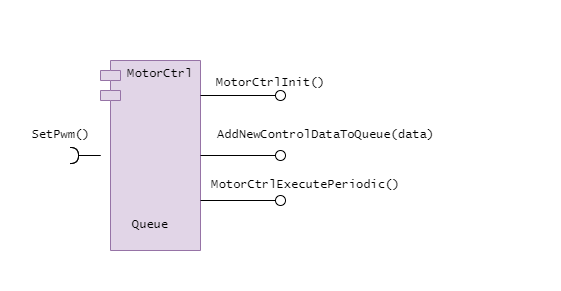
Before: docs/images/MotorCtrlArchitecture.drawio.png, a diagram exported from draw.io (inpgbburda/FlyMatic). Source tidied: cells renumbered, new cells last; positions are measured from the earlier drawing's top-left corner, leaving out a move shared by most shapes. Source of this version:
```xml
<mxGraphModel>
  <root>
    <mxCell id="0" />
    <mxCell id="1" parent="0" />
    <mxCell id="2" style="rounded=1;whiteSpace=wrap;html=1;fontFamily=Helvetica;fillColor=#FFFFFF;strokeColor=none;" parent="1" vertex="1">
      <mxGeometry width="450" height="290" as="geometry" />
    </mxCell>
    <mxCell id="3" value="MotorCtrl" style="shape=module;align=left;spacingLeft=20;align=center;verticalAlign=top;whiteSpace=wrap;html=1;hachureGap=4;fontFamily=Lucida Console;fillColor=#e1d5e7;strokeColor=#9673a6;" parent="1" vertex="1">
      <mxGeometry x="100" y="60" width="100" height="190" as="geometry" />
    </mxCell>
    <mxCell id="4" value="AddNewControlDataToQueue(data)" style="text;html=1;align=center;verticalAlign=middle;strokeColor=none;fillColor=none;fontFamily=Lucida Console;fontStyle=0;" parent="1" vertex="1">
      <mxGeometry x="205" y="120" width="240" height="30" as="geometry" />
    </mxCell>
    <mxCell id="5" style="rounded=0;orthogonalLoop=1;jettySize=auto;html=1;endArrow=oval;endFill=0;sourcePerimeterSpacing=0;targetPerimeterSpacing=0;endSize=10;hachureGap=4;fontFamily=Helvetica;" parent="1" edge="1">
      <mxGeometry relative="1" as="geometry">
        <mxPoint x="200" y="200" as="sourcePoint" />
        <mxPoint x="280" y="200" as="targetPoint" />
      </mxGeometry>
    </mxCell>
    <mxCell id="6" style="ellipse;whiteSpace=wrap;html=1;align=center;fillColor=none;strokeColor=none;perimeter=centerPerimeter;hachureGap=4;fontFamily=Helvetica;" parent="1" vertex="1">
      <mxGeometry x="275" y="90" width="10" height="10" as="geometry" />
    </mxCell>
    <mxCell id="7" value="MotorCtrlExecutePeriodic()" style="text;html=1;align=center;verticalAlign=middle;strokeColor=none;fillColor=none;fontFamily=Lucida Console;fontStyle=0;" parent="1" vertex="1">
      <mxGeometry x="200" y="170" width="210" height="30" as="geometry" />
    </mxCell>
    <mxCell id="8" style="ellipse;whiteSpace=wrap;html=1;align=center;fillColor=none;strokeColor=none;perimeter=centerPerimeter;hachureGap=4;fontFamily=Helvetica;" parent="1" vertex="1">
      <mxGeometry x="550" y="200" width="10" height="10" as="geometry" />
    </mxCell>
    <mxCell id="9" style="rounded=0;jettySize=auto;html=1;endArrow=oval;endFill=0;sourcePerimeterSpacing=0;targetPerimeterSpacing=0;endSize=10;hachureGap=4;fontFamily=Helvetica;" parent="1" edge="1" target="10">
      <mxGeometry relative="1" as="geometry">
        <mxPoint x="200" y="95" as="sourcePoint" />
      </mxGeometry>
    </mxCell>
    <mxCell id="10" style="ellipse;whiteSpace=wrap;html=1;align=center;fillColor=none;strokeColor=none;perimeter=centerPerimeter;points=[];outlineConnect=1;hachureGap=4;fontFamily=Helvetica;" parent="1" vertex="1">
      <mxGeometry x="275" y="90" width="10" height="10" as="geometry" />
    </mxCell>
    <mxCell id="11" value="MotorCtrlInit()&lt;br&gt;&lt;div&gt;&lt;br&gt;&lt;/div&gt;" style="text;html=1;align=center;verticalAlign=middle;strokeColor=none;fillColor=none;fontFamily=Lucida Console;fontStyle=0;" parent="1" vertex="1">
      <mxGeometry x="205" y="70" width="130" height="40" as="geometry" />
    </mxCell>
    <mxCell id="12" style="rounded=0;jettySize=auto;html=1;endArrow=none;endFill=0;sourcePerimeterSpacing=0;targetPerimeterSpacing=0;fontFamily=Helvetica;" parent="1" edge="1" source="3" target="13">
      <mxGeometry relative="1" as="geometry" />
    </mxCell>
    <mxCell id="13" style="ellipse;whiteSpace=wrap;html=1;align=center;points=[];outlineConnect=0;fontFamily=Helvetica;" parent="1" vertex="1">
      <mxGeometry x="275" y="150" width="10" height="10" as="geometry" />
    </mxCell>
    <mxCell id="14" style="rounded=0;jettySize=auto;html=1;endArrow=halfCircle;endFill=0;endSize=6;strokeWidth=1;fontFamily=Helvetica;" parent="1" edge="1" source="3">
      <mxGeometry relative="1" as="geometry">
        <mxPoint x="70" y="155" as="targetPoint" />
      </mxGeometry>
    </mxCell>
    <mxCell id="15" value="SetPwm()" style="text;html=1;align=center;verticalAlign=middle;strokeColor=none;fillColor=none;fontFamily=Lucida Console;fontStyle=0;" parent="1" vertex="1">
      <mxGeometry x="20" y="120" width="80" height="30" as="geometry" />
    </mxCell>
    <mxCell id="16" value="Queue" style="text;html=1;strokeColor=none;fillColor=none;align=center;verticalAlign=middle;whiteSpace=wrap;rounded=0;fontFamily=Lucida Console;" parent="1" vertex="1">
      <mxGeometry x="120" y="210" width="60" height="30" as="geometry" />
    </mxCell>
    <mxCell id="17" style="rounded=0;orthogonalLoop=1;jettySize=auto;html=1;endArrow=halfCircle;endFill=0;endSize=6;strokeWidth=1;fontFamily=Helvetica;" parent="1" edge="1">
      <mxGeometry relative="1" as="geometry">
        <mxPoint x="100" y="155" as="sourcePoint" />
        <mxPoint x="70" y="155" as="targetPoint" />
      </mxGeometry>
    </mxCell>
  </root>
</mxGraphModel>
```
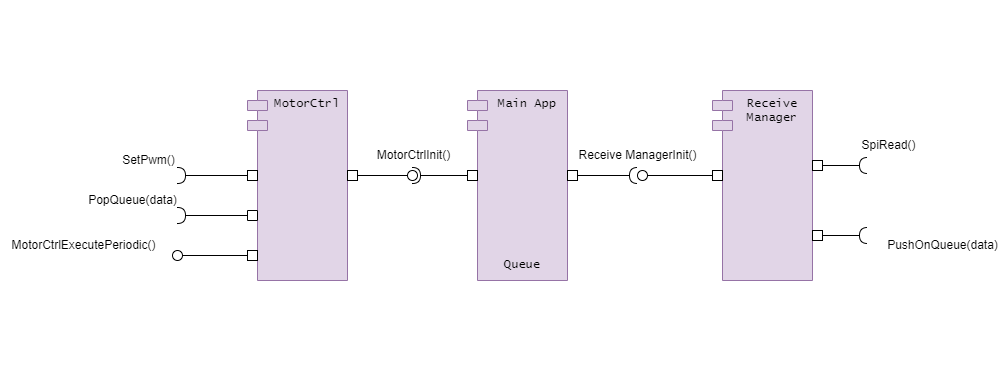
The same file after the commit.

Commit message:
Update architecture diagram

What changed in the source:
```diff
@@ -3,62 +3,119 @@
     <mxCell id="0" />
     <mxCell id="1" parent="0" />
     <mxCell id="2" style="rounded=1;whiteSpace=wrap;html=1;fontFamily=Helvetica;fillColor=#FFFFFF;strokeColor=none;" parent="1" vertex="1">
-      <mxGeometry width="450" height="290" as="geometry" />
+      <mxGeometry x="-265" y="-60" width="995" height="390" as="geometry" />
     </mxCell>
+    <mxCell id="18" value="Content" parent="0" />
+    <mxCell id="19" value="Receive ManagerInit()" style="text;html=1;align=center;verticalAlign=middle;strokeColor=none;fillColor=none;" parent="18" vertex="1">
+      <mxGeometry x="295" y="80" width="140" height="30" as="geometry" />
+    </mxCell>
-    <mxCell id="3" value="MotorCtrl" style="shape=module;align=left;spacingLeft=20;align=center;verticalAlign=top;whiteSpace=wrap;html=1;hachureGap=4;fontFamily=Lucida Console;fillColor=#e1d5e7;strokeColor=#9673a6;" parent="1" vertex="1">
-      <mxGeometry x="100" y="60" width="100" height="190" as="geometry" />
+    <mxCell id="3" value="MotorCtrl" style="shape=module;align=left;spacingLeft=20;align=center;verticalAlign=top;whiteSpace=wrap;html=1;hachureGap=4;fontFamily=Lucida Console;fillColor=#e1d5e7;strokeColor=#9673a6;" parent="18" vertex="1">
+      <mxGeometry x="-25" y="30" width="100" height="190" as="geometry" />
     </mxCell>
-    <mxCell id="4" value="AddNewControlDataToQueue(data)" style="text;html=1;align=center;verticalAlign=middle;strokeColor=none;fillColor=none;fontFamily=Lucida Console;fontStyle=0;" parent="1" vertex="1">
-      <mxGeometry x="205" y="120" width="240" height="30" as="geometry" />
+    <mxCell id="4" value="PopQueue(data)" style="text;html=1;align=center;verticalAlign=middle;strokeColor=none;fillColor=none;fontFamily=Helvetica;fontStyle=0;" parent="18" vertex="1">
+      <mxGeometry x="-195" y="125" width="110" height="30" as="geometry" />
     </mxCell>
-    <mxCell id="5" style="rounded=0;orthogonalLoop=1;jettySize=auto;html=1;endArrow=oval;endFill=0;sourcePerimeterSpacing=0;targetPerimeterSpacing=0;endSize=10;hachureGap=4;fontFamily=Helvetica;" parent="1" edge="1">
+    <mxCell id="5" style="rounded=0;jettySize=auto;html=1;endArrow=oval;endFill=0;sourcePerimeterSpacing=0;targetPerimeterSpacing=0;endSize=10;hachureGap=4;fontFamily=Helvetica;exitX=0;exitY=0.5;exitDx=0;exitDy=0;" parent="18" edge="1" source="29">
       <mxGeometry relative="1" as="geometry">
-        <mxPoint x="200" y="200" as="sourcePoint" />
-        <mxPoint x="280" y="200" as="targetPoint" />
+        <mxPoint x="-95" y="195" as="targetPoint" />
       </mxGeometry>
     </mxCell>
-    <mxCell id="6" style="ellipse;whiteSpace=wrap;html=1;align=center;fillColor=none;strokeColor=none;perimeter=centerPerimeter;hachureGap=4;fontFamily=Helvetica;" parent="1" vertex="1">
-      <mxGeometry x="275" y="90" width="10" height="10" as="geometry" />
+    <mxCell id="6" style="ellipse;whiteSpace=wrap;html=1;align=center;fillColor=none;strokeColor=none;perimeter=centerPerimeter;hachureGap=4;fontFamily=Helvetica;" parent="18" vertex="1">
+      <mxGeometry x="110" y="60" width="10" height="10" as="geometry" />
     </mxCell>
-    <mxCell id="7" value="MotorCtrlExecutePeriodic()" style="text;html=1;align=center;verticalAlign=middle;strokeColor=none;fillColor=none;fontFamily=Lucida Console;fontStyle=0;" parent="1" vertex="1">
-      <mxGeometry x="200" y="170" width="210" height="30" as="geometry" />
+    <mxCell id="7" value="MotorCtrlExecutePeriodic()" style="text;html=1;align=center;verticalAlign=middle;strokeColor=none;fillColor=none;fontFamily=Helvetica;fontStyle=0;" parent="18" vertex="1">
+      <mxGeometry x="-272" y="170" width="165" height="30" as="geometry" />
     </mxCell>
-    <mxCell id="8" style="ellipse;whiteSpace=wrap;html=1;align=center;fillColor=none;strokeColor=none;perimeter=centerPerimeter;hachureGap=4;fontFamily=Helvetica;" parent="1" vertex="1">
-      <mxGeometry x="550" y="200" width="10" height="10" as="geometry" />
+    <mxCell id="8" style="ellipse;whiteSpace=wrap;html=1;align=center;fillColor=none;strokeColor=none;perimeter=centerPerimeter;hachureGap=4;fontFamily=Helvetica;" parent="18" vertex="1">
+      <mxGeometry x="450" y="170" width="10" height="10" as="geometry" />
     </mxCell>
-    <mxCell id="9" style="rounded=0;jettySize=auto;html=1;endArrow=oval;endFill=0;sourcePerimeterSpacing=0;targetPerimeterSpacing=0;endSize=10;hachureGap=4;fontFamily=Helvetica;" parent="1" edge="1" target="10">
-      <mxGeometry relative="1" as="geometry">
-        <mxPoint x="200" y="95" as="sourcePoint" />
-      </mxGeometry>
+    <mxCell id="9" style="rounded=0;jettySize=auto;html=1;endArrow=oval;endFill=0;sourcePerimeterSpacing=0;targetPerimeterSpacing=0;endSize=10;hachureGap=4;fontFamily=Helvetica;exitX=1;exitY=0.5;exitDx=0;exitDy=0;" parent="18" edge="1" source="30" target="10">
+      <mxGeometry relative="1" as="geometry" />
     </mxCell>
-    <mxCell id="10" style="ellipse;whiteSpace=wrap;html=1;align=center;fillColor=none;strokeColor=none;perimeter=centerPerimeter;points=[];outlineConnect=1;hachureGap=4;fontFamily=Helvetica;" parent="1" vertex="1">
-      <mxGeometry x="275" y="90" width="10" height="10" as="geometry" />
+    <mxCell id="10" style="ellipse;whiteSpace=wrap;html=1;align=center;fillColor=none;strokeColor=none;perimeter=centerPerimeter;points=[];outlineConnect=1;hachureGap=4;fontFamily=Helvetica;" parent="18" vertex="1">
+      <mxGeometry x="135" y="110" width="10" height="10" as="geometry" />
     </mxCell>
-    <mxCell id="11" value="MotorCtrlInit()&lt;br&gt;&lt;div&gt;&lt;br&gt;&lt;/div&gt;" style="text;html=1;align=center;verticalAlign=middle;strokeColor=none;fillColor=none;fontFamily=Lucida Console;fontStyle=0;" parent="1" vertex="1">
-      <mxGeometry x="205" y="70" width="130" height="40" as="geometry" />
+    <mxCell id="11" value="MotorCtrlInit()" style="text;html=1;align=center;verticalAlign=middle;strokeColor=none;fillColor=none;fontFamily=Helvetica;fontStyle=0;" parent="18" vertex="1">
+      <mxGeometry x="93" y="80" width="95" height="30" as="geometry" />
     </mxCell>
-    <mxCell id="12" style="rounded=0;jettySize=auto;html=1;endArrow=none;endFill=0;sourcePerimeterSpacing=0;targetPerimeterSpacing=0;fontFamily=Helvetica;" parent="1" edge="1" source="3" target="13">
-      <mxGeometry relative="1" as="geometry" />
-    </mxCell>
-    <mxCell id="13" style="ellipse;whiteSpace=wrap;html=1;align=center;points=[];outlineConnect=0;fontFamily=Helvetica;" parent="1" vertex="1">
-      <mxGeometry x="275" y="150" width="10" height="10" as="geometry" />
-    </mxCell>
-    <mxCell id="14" style="rounded=0;jettySize=auto;html=1;endArrow=halfCircle;endFill=0;endSize=6;strokeWidth=1;fontFamily=Helvetica;" parent="1" edge="1" source="3">
+    <mxCell id="14" style="rounded=0;jettySize=auto;html=1;endArrow=halfCircle;endFill=0;endSize=6;strokeWidth=1;fontFamily=Helvetica;" parent="18" edge="1" source="32">
       <mxGeometry relative="1" as="geometry">
-        <mxPoint x="70" y="155" as="targetPoint" />
+        <mxPoint x="-95" y="115" as="targetPoint" />
       </mxGeometry>
     </mxCell>
-    <mxCell id="15" value="SetPwm()" style="text;html=1;align=center;verticalAlign=middle;strokeColor=none;fillColor=none;fontFamily=Lucida Console;fontStyle=0;" parent="1" vertex="1">
-      <mxGeometry x="20" y="120" width="80" height="30" as="geometry" />
+    <mxCell id="15" value="SetPwm()" style="text;html=1;align=center;verticalAlign=middle;strokeColor=none;fillColor=none;fontFamily=Helvetica;fontStyle=0;" parent="18" vertex="1">
+      <mxGeometry x="-162" y="85" width="75" height="30" as="geometry" />
     </mxCell>
+    <mxCell id="20" value="Receive Manager" style="shape=module;align=left;spacingLeft=20;align=center;verticalAlign=top;whiteSpace=wrap;html=1;hachureGap=4;fontFamily=Lucida Console;fillColor=#e1d5e7;strokeColor=#9673a6;" parent="18" vertex="1">
+      <mxGeometry x="440" y="30" width="100" height="190" as="geometry" />
+    </mxCell>
+    <mxCell id="21" value="Main App" style="shape=module;align=left;spacingLeft=20;align=center;verticalAlign=top;whiteSpace=wrap;html=1;hachureGap=4;fontFamily=Lucida Console;fillColor=#e1d5e7;strokeColor=#9673a6;" parent="18" vertex="1">
+      <mxGeometry x="195" y="30" width="100" height="190" as="geometry" />
+    </mxCell>
-    <mxCell id="16" value="Queue" style="text;html=1;strokeColor=none;fillColor=none;align=center;verticalAlign=middle;whiteSpace=wrap;rounded=0;fontFamily=Lucida Console;" parent="1" vertex="1">
-      <mxGeometry x="120" y="210" width="60" height="30" as="geometry" />
+    <mxCell id="16" value="Queue" style="text;html=1;strokeColor=none;fillColor=none;align=center;verticalAlign=middle;whiteSpace=wrap;rounded=0;fontFamily=Lucida Console;" parent="18" vertex="1">
+      <mxGeometry x="220" y="190" width="60" height="30" as="geometry" />
     </mxCell>
-    <mxCell id="17" style="rounded=0;orthogonalLoop=1;jettySize=auto;html=1;endArrow=halfCircle;endFill=0;endSize=6;strokeWidth=1;fontFamily=Helvetica;" parent="1" edge="1">
-      <mxGeometry relative="1" as="geometry">
-        <mxPoint x="100" y="155" as="sourcePoint" />
-        <mxPoint x="70" y="155" as="targetPoint" />
-      </mxGeometry>
-    </mxCell>
+    <mxCell id="22" style="rounded=0;jettySize=auto;html=1;endArrow=halfCircle;endFill=0;endSize=6;strokeWidth=1;sketch=0;exitX=0;exitY=0.5;exitDx=0;exitDy=0;" parent="18" edge="1" source="38">
+      <mxGeometry relative="1" as="geometry">
+        <mxPoint x="140" y="115" as="targetPoint" />
+      </mxGeometry>
+    </mxCell>
+    <mxCell id="23" style="rounded=0;jettySize=auto;html=1;endArrow=none;endFill=0;sketch=0;sourcePerimeterSpacing=0;targetPerimeterSpacing=0;entryX=0;entryY=0.5;entryDx=0;entryDy=0;" parent="18" edge="1" source="24" target="35">
+      <mxGeometry relative="1" as="geometry" />
+    </mxCell>
+    <mxCell id="24" style="ellipse;whiteSpace=wrap;html=1;align=center;points=[];outlineConnect=0;sketch=0;" parent="18" vertex="1">
+      <mxGeometry x="365" y="110" width="10" height="10" as="geometry" />
+    </mxCell>
+    <mxCell id="25" style="rounded=0;jettySize=auto;html=1;endArrow=halfCircle;endFill=0;endSize=6;strokeWidth=1;sketch=0;exitX=1;exitY=0.5;exitDx=0;exitDy=0;" parent="18" edge="1" source="33">
+      <mxGeometry relative="1" as="geometry">
+        <mxPoint x="595" y="175" as="targetPoint" />
+      </mxGeometry>
+    </mxCell>
+    <mxCell id="26" style="rounded=0;jettySize=auto;html=1;endArrow=halfCircle;endFill=0;endSize=6;strokeWidth=1;sketch=0;exitX=1;exitY=0.5;exitDx=0;exitDy=0;" parent="18" edge="1" source="39">
+      <mxGeometry relative="1" as="geometry">
+        <mxPoint x="595" y="105" as="targetPoint" />
+      </mxGeometry>
+    </mxCell>
+    <mxCell id="27" value="SpiRead()" style="text;html=1;align=center;verticalAlign=middle;strokeColor=none;fillColor=none;" parent="18" vertex="1">
+      <mxGeometry x="578" y="70" width="75" height="30" as="geometry" />
+    </mxCell>
+    <mxCell id="28" style="rounded=0;jettySize=auto;html=1;endArrow=halfCircle;endFill=0;endSize=6;strokeWidth=1;sketch=0;exitX=0.5;exitY=0;exitDx=0;exitDy=0;" parent="18" edge="1" source="31">
+      <mxGeometry relative="1" as="geometry">
+        <mxPoint x="-95" y="155" as="targetPoint" />
+      </mxGeometry>
+    </mxCell>
+    <mxCell id="29" style="rounded=0;whiteSpace=wrap;html=1;" parent="18" vertex="1">
+      <mxGeometry x="-25" y="190" width="10" height="10" as="geometry" />
+    </mxCell>
+    <mxCell id="30" style="rounded=0;whiteSpace=wrap;html=1;" parent="18" vertex="1">
+      <mxGeometry x="75" y="110" width="10" height="10" as="geometry" />
+    </mxCell>
+    <mxCell id="31" style="rounded=0;whiteSpace=wrap;html=1;direction=south;" parent="18" vertex="1">
+      <mxGeometry x="-25" y="150" width="10" height="10" as="geometry" />
+    </mxCell>
+    <mxCell id="32" style="rounded=0;whiteSpace=wrap;html=1;" parent="18" vertex="1">
+      <mxGeometry x="-25" y="110" width="10" height="10" as="geometry" />
+    </mxCell>
+    <mxCell id="33" style="rounded=0;whiteSpace=wrap;html=1;" parent="18" vertex="1">
+      <mxGeometry x="540" y="170" width="10" height="10" as="geometry" />
+    </mxCell>
+    <mxCell id="34" value="PushOnQueue(data)" style="text;html=1;align=center;verticalAlign=middle;strokeColor=none;fillColor=none;" parent="18" vertex="1">
+      <mxGeometry x="605" y="170" width="130" height="30" as="geometry" />
+    </mxCell>
+    <mxCell id="35" style="rounded=0;whiteSpace=wrap;html=1;" parent="18" vertex="1">
+      <mxGeometry x="440" y="110" width="10" height="10" as="geometry" />
+    </mxCell>
+    <mxCell id="36" style="rounded=0;whiteSpace=wrap;html=1;" parent="18" vertex="1">
+      <mxGeometry x="295" y="110" width="10" height="10" as="geometry" />
+    </mxCell>
+    <mxCell id="37" style="rounded=0;jettySize=auto;html=1;endArrow=halfCircle;endFill=0;endSize=6;strokeWidth=1;sketch=0;exitX=1;exitY=0.5;exitDx=0;exitDy=0;" parent="18" edge="1" source="36" target="24">
+      <mxGeometry relative="1" as="geometry" />
+    </mxCell>
+    <mxCell id="38" style="rounded=0;whiteSpace=wrap;html=1;" parent="18" vertex="1">
+      <mxGeometry x="195" y="110" width="10" height="10" as="geometry" />
+    </mxCell>
+    <mxCell id="39" style="rounded=0;whiteSpace=wrap;html=1;" parent="18" vertex="1">
+      <mxGeometry x="540" y="100" width="10" height="10" as="geometry" />
+    </mxCell>
   </root>
 </mxGraphModel>
```
